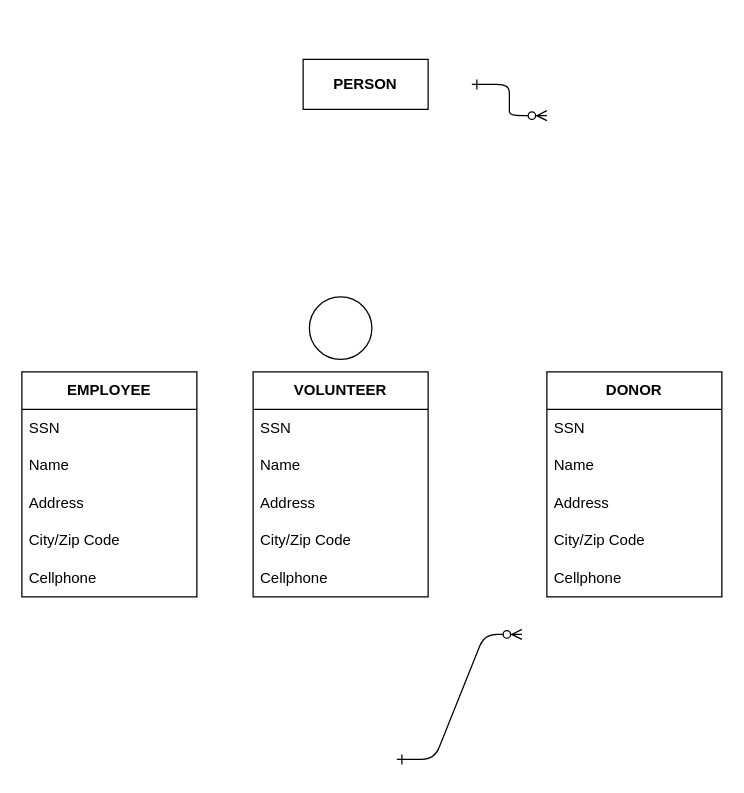
Before: Feb10ERD.drawio in robeeds/is380-drawio, a draw.io diagram. Source tidied: cells renumbered, new cells numbered last; positions are measured from the earlier drawing's top-left corner, leaving out a move shared by most shapes. Both pictures are drawn from the tidied source at 125%, with x=0, y=0 at pixel (21, 59).
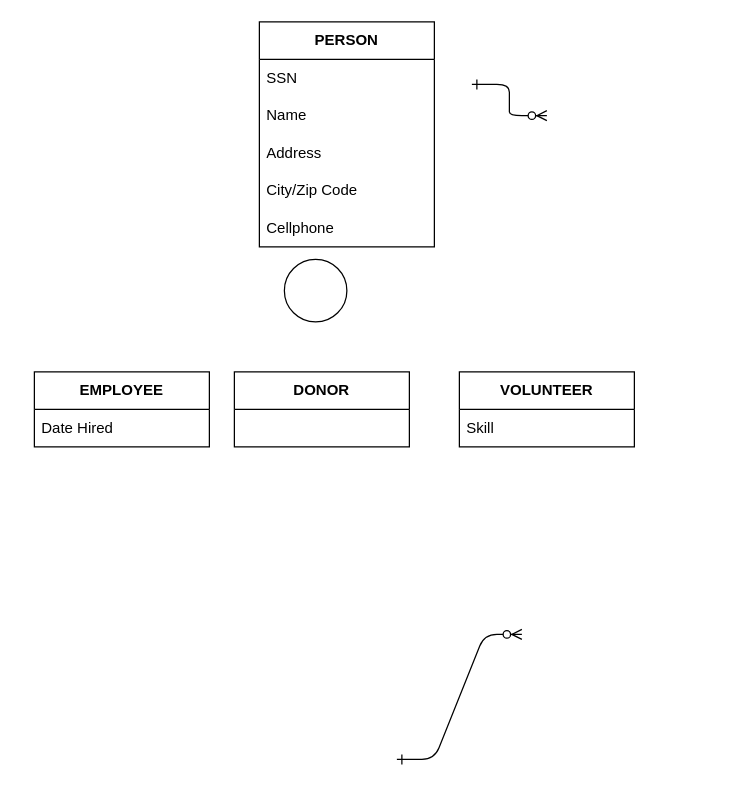
The same page after the edit.

Diff of the diagram source:
```diff
@@
+    <mxCell id="23" value="&lt;b&gt;PERSON&lt;/b&gt;" style="swimlane;fontStyle=0;horizontal=1;startSize=30;whiteSpace=wrap;html=1;" parent="1" vertex="1">
+      <mxGeometry x="190" y="-30" width="140" height="180" as="geometry" />
+    </mxCell>
+    <mxCell id="24" value="SSN" style="text;strokeColor=none;fillColor=none;align=left;verticalAlign=middle;spacingLeft=4;spacingRight=4;overflow=hidden;whiteSpace=wrap;html=1;" parent="23" vertex="1">
+      <mxGeometry y="30" width="140" height="30" as="geometry" />
+    </mxCell>
+    <mxCell id="25" value="Name&lt;span style=&quot;white-space: pre;&quot;&gt;&#9;&lt;/span&gt;" style="text;strokeColor=none;fillColor=none;align=left;verticalAlign=middle;spacingLeft=4;spacingRight=4;overflow=hidden;whiteSpace=wrap;html=1;" parent="23" vertex="1">
+      <mxGeometry y="60" width="140" height="30" as="geometry" />
+    </mxCell>
+    <mxCell id="26" value="Address" style="text;strokeColor=none;fillColor=none;align=left;verticalAlign=middle;spacingLeft=4;spacingRight=4;overflow=hidden;whiteSpace=wrap;html=1;" parent="23" vertex="1">
+      <mxGeometry y="90" width="140" height="30" as="geometry" />
+    </mxCell>
+    <mxCell id="27" value="City/Zip Code" style="text;strokeColor=none;fillColor=none;align=left;verticalAlign=middle;spacingLeft=4;spacingRight=4;overflow=hidden;whiteSpace=wrap;html=1;" parent="23" vertex="1">
+      <mxGeometry y="120" width="140" height="30" as="geometry" />
+    </mxCell>
+    <mxCell id="28" value="Cellphone" style="text;strokeColor=none;fillColor=none;align=left;verticalAlign=middle;spacingLeft=4;spacingRight=4;overflow=hidden;whiteSpace=wrap;html=1;" parent="23" vertex="1">
+      <mxGeometry y="150" width="140" height="30" as="geometry" />
+    </mxCell>
+    <mxCell id="5" value="&lt;b&gt;EMPLOYEE&lt;/b&gt;" style="swimlane;fontStyle=0;horizontal=1;startSize=30;whiteSpace=wrap;html=1;" parent="1" vertex="1">
+      <mxGeometry x="10" y="250" width="140" height="60" as="geometry" />
+    </mxCell>
+    <mxCell id="29" value="Date Hired" style="text;strokeColor=none;fillColor=none;align=left;verticalAlign=middle;spacingLeft=4;spacingRight=4;overflow=hidden;whiteSpace=wrap;html=1;" parent="5" vertex="1">
+      <mxGeometry y="30" width="140" height="30" as="geometry" />
+    </mxCell>
+    <mxCell id="11" value="&lt;b&gt;VOLUNTEER&lt;/b&gt;" style="swimlane;fontStyle=0;horizontal=1;startSize=30;whiteSpace=wrap;html=1;" parent="1" vertex="1">
+      <mxGeometry x="350" y="250" width="140" height="60" as="geometry" />
+    </mxCell>
+    <mxCell id="30" value="Skill" style="text;strokeColor=none;fillColor=none;align=left;verticalAlign=middle;spacingLeft=4;spacingRight=4;overflow=hidden;whiteSpace=wrap;html=1;" parent="11" vertex="1">
+      <mxGeometry y="30" width="140" height="30" as="geometry" />
+    </mxCell>
+    <mxCell id="17" value="&lt;b&gt;DONOR&lt;/b&gt;" style="swimlane;fontStyle=0;horizontal=1;startSize=30;whiteSpace=wrap;html=1;" parent="1" vertex="1">
+      <mxGeometry x="170" y="250" width="140" height="60" as="geometry" />
+    </mxCell>
     <mxCell id="4" style="ellipse;whiteSpace=wrap;html=1;" parent="1" vertex="1">
-      <mxGeometry x="230" y="190" width="50" height="50" as="geometry" />
+      <mxGeometry x="210" y="160" width="50" height="50" as="geometry" />
     </mxCell>
-    <mxCell id="5" value="&lt;b&gt;EMPLOYEE&lt;/b&gt;" style="swimlane;fontStyle=0;horizontal=1;startSize=30;whiteSpace=wrap;html=1;" parent="1" vertex="1">
-      <mxGeometry y="250" width="140" height="180" as="geometry" />
-    </mxCell>
-    <mxCell id="6" value="SSN" style="text;strokeColor=none;fillColor=none;align=left;verticalAlign=middle;spacingLeft=4;spacingRight=4;overflow=hidden;whiteSpace=wrap;html=1;" parent="5" vertex="1">
-      <mxGeometry y="30" width="140" height="30" as="geometry" />
-    </mxCell>
-    <mxCell id="7" value="Name&lt;span style=&quot;white-space: pre;&quot;&gt;&#9;&lt;/span&gt;" style="text;strokeColor=none;fillColor=none;align=left;verticalAlign=middle;spacingLeft=4;spacingRight=4;overflow=hidden;whiteSpace=wrap;html=1;" parent="5" vertex="1">
-      <mxGeometry y="60" width="140" height="30" as="geometry" />
-    </mxCell>
-    <mxCell id="8" value="Address" style="text;strokeColor=none;fillColor=none;align=left;verticalAlign=middle;spacingLeft=4;spacingRight=4;overflow=hidden;whiteSpace=wrap;html=1;" parent="5" vertex="1">
-      <mxGeometry y="90" width="140" height="30" as="geometry" />
-    </mxCell>
-    <mxCell id="9" value="City/Zip Code" style="text;strokeColor=none;fillColor=none;align=left;verticalAlign=middle;spacingLeft=4;spacingRight=4;overflow=hidden;whiteSpace=wrap;html=1;" parent="5" vertex="1">
-      <mxGeometry y="120" width="140" height="30" as="geometry" />
-    </mxCell>
-    <mxCell id="10" value="Cellphone" style="text;strokeColor=none;fillColor=none;align=left;verticalAlign=middle;spacingLeft=4;spacingRight=4;overflow=hidden;whiteSpace=wrap;html=1;" parent="5" vertex="1">
-      <mxGeometry y="150" width="140" height="30" as="geometry" />
-    </mxCell>
-    <mxCell id="11" value="&lt;b&gt;VOLUNTEER&lt;/b&gt;" style="swimlane;fontStyle=0;horizontal=1;startSize=30;whiteSpace=wrap;html=1;" parent="1" vertex="1">
-      <mxGeometry x="185" y="250" width="140" height="180" as="geometry" />
-    </mxCell>
-    <mxCell id="12" value="SSN" style="text;strokeColor=none;fillColor=none;align=left;verticalAlign=middle;spacingLeft=4;spacingRight=4;overflow=hidden;whiteSpace=wrap;html=1;" parent="11" vertex="1">
-      <mxGeometry y="30" width="140" height="30" as="geometry" />
-    </mxCell>
-    <mxCell id="13" value="Name&lt;span style=&quot;white-space: pre;&quot;&gt;&#9;&lt;/span&gt;" style="text;strokeColor=none;fillColor=none;align=left;verticalAlign=middle;spacingLeft=4;spacingRight=4;overflow=hidden;whiteSpace=wrap;html=1;" parent="11" vertex="1">
-      <mxGeometry y="60" width="140" height="30" as="geometry" />
-    </mxCell>
-    <mxCell id="14" value="Address" style="text;strokeColor=none;fillColor=none;align=left;verticalAlign=middle;spacingLeft=4;spacingRight=4;overflow=hidden;whiteSpace=wrap;html=1;" parent="11" vertex="1">
-      <mxGeometry y="90" width="140" height="30" as="geometry" />
-    </mxCell>
-    <mxCell id="15" value="City/Zip Code" style="text;strokeColor=none;fillColor=none;align=left;verticalAlign=middle;spacingLeft=4;spacingRight=4;overflow=hidden;whiteSpace=wrap;html=1;" parent="11" vertex="1">
-      <mxGeometry y="120" width="140" height="30" as="geometry" />
-    </mxCell>
-    <mxCell id="16" value="Cellphone" style="text;strokeColor=none;fillColor=none;align=left;verticalAlign=middle;spacingLeft=4;spacingRight=4;overflow=hidden;whiteSpace=wrap;html=1;" parent="11" vertex="1">
-      <mxGeometry y="150" width="140" height="30" as="geometry" />
-    </mxCell>
-    <mxCell id="17" value="&lt;b&gt;DONOR&lt;/b&gt;" style="swimlane;fontStyle=0;horizontal=1;startSize=30;whiteSpace=wrap;html=1;" parent="1" vertex="1">
-      <mxGeometry x="420" y="250" width="140" height="180" as="geometry" />
-    </mxCell>
-    <mxCell id="18" value="SSN" style="text;strokeColor=none;fillColor=none;align=left;verticalAlign=middle;spacingLeft=4;spacingRight=4;overflow=hidden;whiteSpace=wrap;html=1;" parent="17" vertex="1">
-      <mxGeometry y="30" width="140" height="30" as="geometry" />
-    </mxCell>
-    <mxCell id="19" value="Name&lt;span style=&quot;white-space: pre;&quot;&gt;&#9;&lt;/span&gt;" style="text;strokeColor=none;fillColor=none;align=left;verticalAlign=middle;spacingLeft=4;spacingRight=4;overflow=hidden;whiteSpace=wrap;html=1;" parent="17" vertex="1">
-      <mxGeometry y="60" width="140" height="30" as="geometry" />
-    </mxCell>
-    <mxCell id="20" value="Address" style="text;strokeColor=none;fillColor=none;align=left;verticalAlign=middle;spacingLeft=4;spacingRight=4;overflow=hidden;whiteSpace=wrap;html=1;" parent="17" vertex="1">
-      <mxGeometry y="90" width="140" height="30" as="geometry" />
-    </mxCell>
-    <mxCell id="21" value="City/Zip Code" style="text;strokeColor=none;fillColor=none;align=left;verticalAlign=middle;spacingLeft=4;spacingRight=4;overflow=hidden;whiteSpace=wrap;html=1;" parent="17" vertex="1">
-      <mxGeometry y="120" width="140" height="30" as="geometry" />
-    </mxCell>
-    <mxCell id="22" value="Cellphone" style="text;strokeColor=none;fillColor=none;align=left;verticalAlign=middle;spacingLeft=4;spacingRight=4;overflow=hidden;whiteSpace=wrap;html=1;" parent="17" vertex="1">
-      <mxGeometry y="150" width="140" height="30" as="geometry" />
-    </mxCell>
-    <mxCell id="23" value="&lt;b&gt;PERSON&lt;/b&gt;" style="whiteSpace=wrap;html=1;align=center;" parent="1" vertex="1">
-      <mxGeometry x="225" width="100" height="40" as="geometry" />
-    </mxCell>
```
